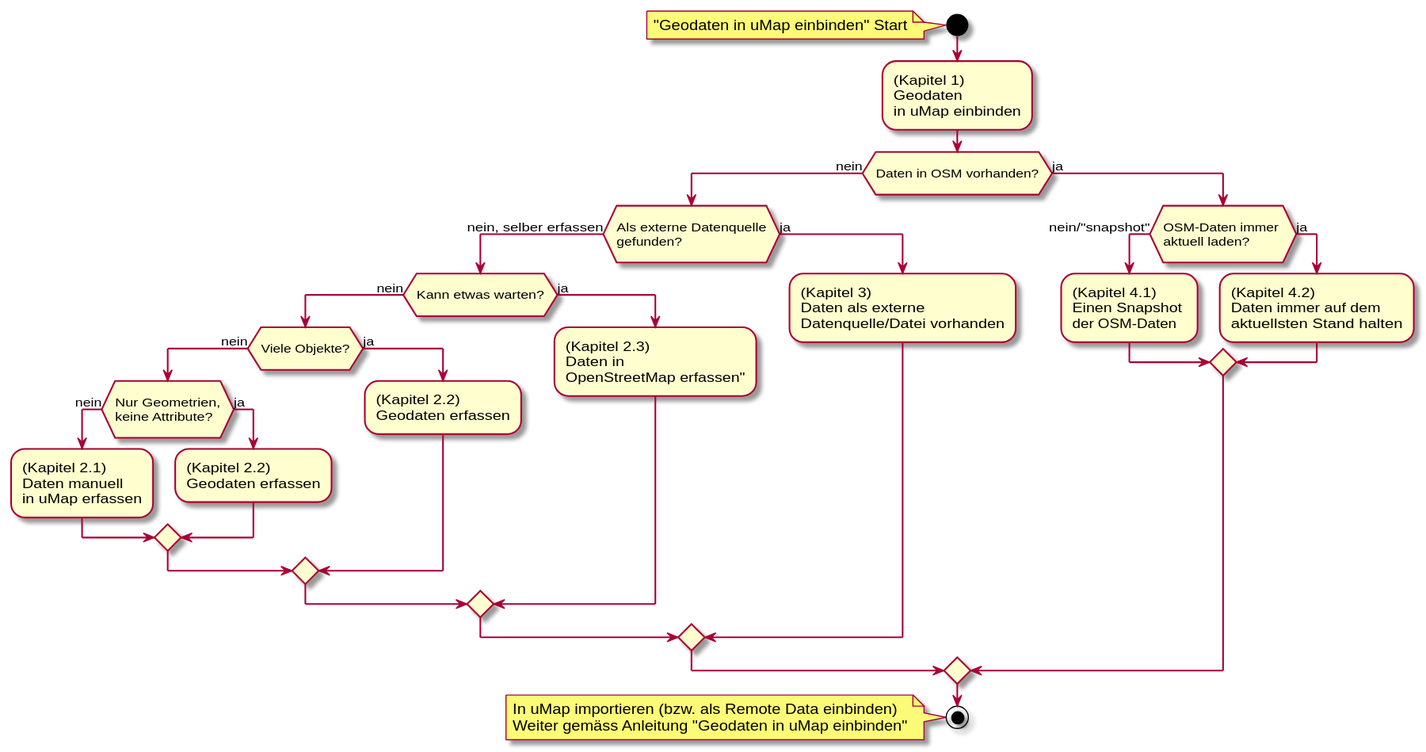
Earlier version of the PlantUML export bilder/umap/online-karte_erstellen/uml_diagram.svg (itstriolink/openschoolmaps-gitlab-io).
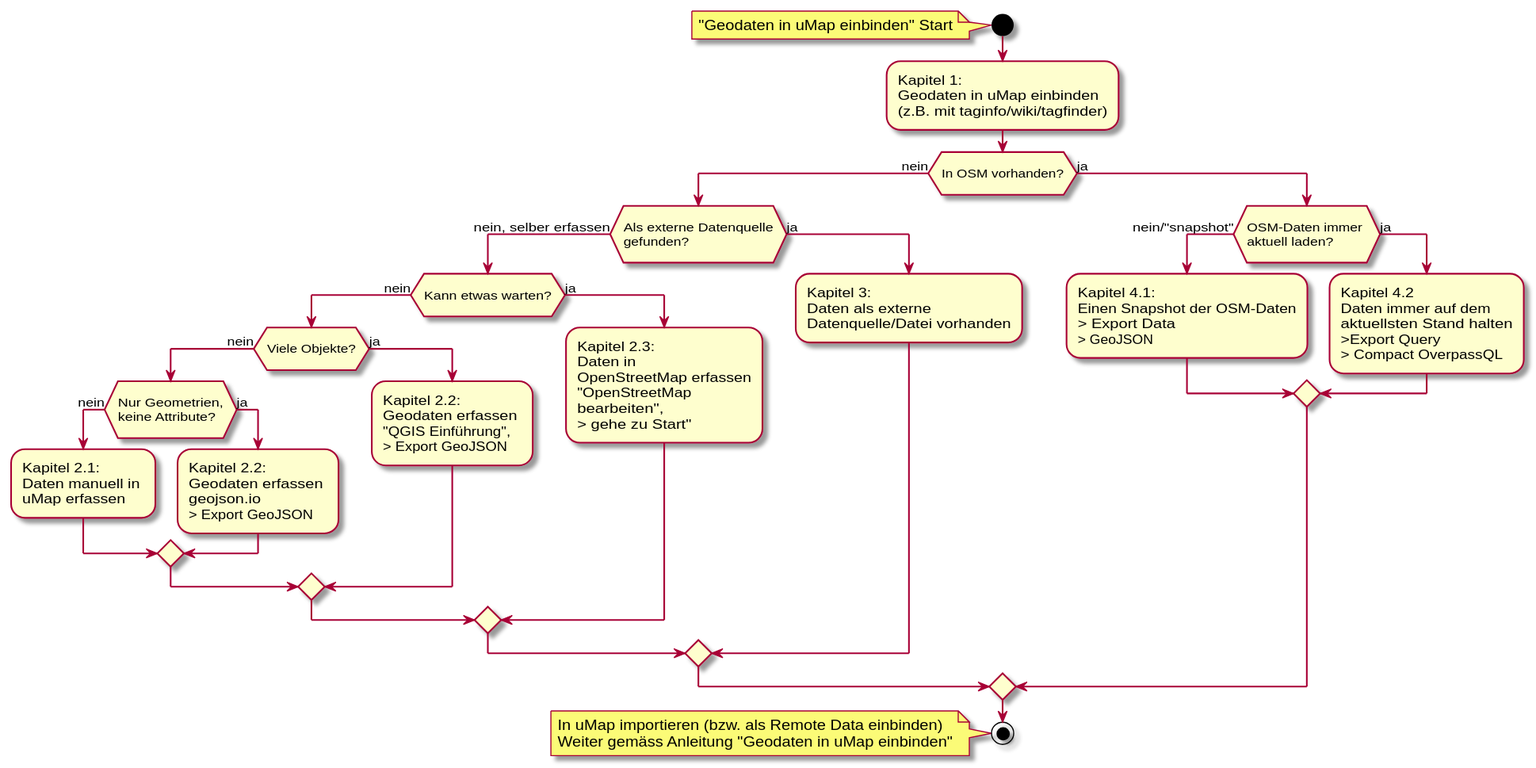
After the commit.

What changed in the source:
```diff
@@ -4,31 +4,31 @@
   "Geodaten in uMap einbinden" Start
 end note
 
-:(Kapitel 1)\nGeodaten \nin uMap einbinden;
+:Kapitel 1:\nGeodaten in uMap einbinden \n(z.B. mit taginfo/wiki/tagfinder);
 
-if (\nDaten in OSM vorhanden?\n) then (nein)
+if (\nIn OSM vorhanden?\n) then (nein)
   if (\nAls externe Datenquelle\ngefunden?\n) then (nein, selber erfassen)
     if (\nKann etwas warten?\n) then (nein)
       if (\nViele Objekte?\n) then (nein)
         if (\nNur Geometrien,\nkeine Attribute?\n) then (nein)
-          :(Kapitel 2.1)\nDaten manuell \nin uMap erfassen;
+          :Kapitel 2.1:\nDaten manuell in \nuMap erfassen;
         else (ja)
-          :(Kapitel 2.2)\nGeodaten erfassen;
+          :Kapitel 2.2:\nGeodaten erfassen \ngeojson.io\n> Export GeoJSON;
         endif
       else (ja)
-        :(Kapitel 2.2)\nGeodaten erfassen;
+        :Kapitel 2.2:\nGeodaten erfassen \n"QGIS Einführung",\n> Export GeoJSON;
       endif
     else (ja)
-      :(Kapitel 2.3)\nDaten in \nOpenStreetMap erfassen";
+      :Kapitel 2.3:\nDaten in \nOpenStreetMap erfassen\n"OpenStreetMap \nbearbeiten",\n> gehe zu Start";
     endif
   else (ja)
-    :(Kapitel 3)\nDaten als externe \nDatenquelle/Datei vorhanden;
+    :Kapitel 3:\nDaten als externe \nDatenquelle/Datei vorhanden;
   endif
 else (ja)
   if (\nOSM-Daten immer \naktuell laden?\n) then (nein/"snapshot")
-    :(Kapitel 4.1)\nEinen Snapshot \nder OSM-Daten;
+    :Kapitel 4.1:\nEinen Snapshot der OSM-Daten\n> Export Data\n> GeoJSON;
   else (ja)
-    :(Kapitel 4.2)\nDaten immer auf dem \naktuellsten Stand halten;
+    :Kapitel 4.2\nDaten immer auf dem \naktuellsten Stand halten\n>Export Query \n> Compact OverpassQL;
   endif
 endif
 
```
